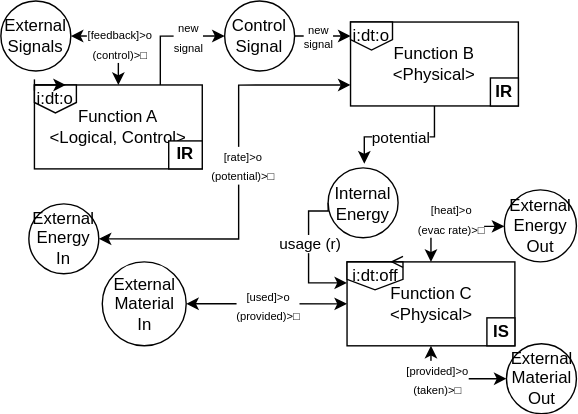
nasa/fmdtools keeps this draw.io diagram as docs-source/figures/frdl/diagrams/frdl_fad_singleprop.svg. Above is the earlier version. Source tidied: cells renumbered, new cells last; positions are measured from the earlier drawing's top-left corner, leaving out a move shared by most shapes.
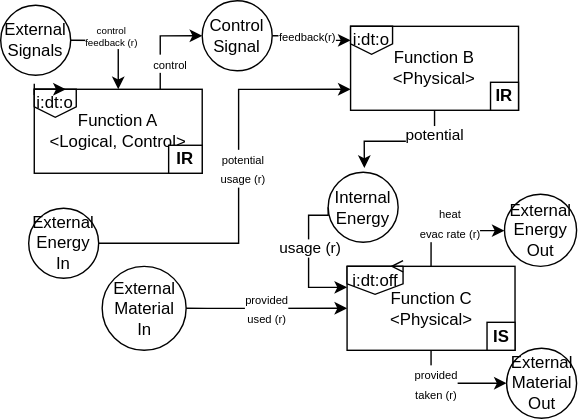
After the change.

What changed in the source:
```diff
@@ -5,9 +5,9 @@
     <mxCell id="2" style="edgeStyle=orthogonalEdgeStyle;rounded=0;jettySize=auto;html=1;exitX=0.75;exitY=0;exitDx=0;exitDy=0;entryX=0;entryY=0.5;entryDx=0;entryDy=0;" parent="1" edge="1" source="4" target="19">
       <mxGeometry relative="1" as="geometry" />
     </mxCell>
-    <mxCell id="3" value="&lt;font style=&quot;font-size: 8px;&quot;&gt;new&lt;br&gt;signal&lt;/font&gt;" style="edgeLabel;html=1;align=center;verticalAlign=middle;" parent="2" vertex="1">
+    <mxCell id="3" value="&lt;span style=&quot;font-size: 8px;&quot;&gt;control&lt;/span&gt;" style="edgeLabel;html=1;align=center;verticalAlign=middle;" parent="2" vertex="1">
       <mxGeometry x="0.06" y="-1" relative="1" as="geometry">
-        <mxPoint x="11" y="-1" as="offset" />
+        <mxPoint x="5" y="18" as="offset" />
       </mxGeometry>
     </mxCell>
     <mxCell id="4" value="Function A&lt;div&gt;&amp;lt;Logical, Control&amp;gt;&lt;/div&gt;" style="rounded=0;whiteSpace=wrap;html=1;" parent="1" vertex="1">
@@ -17,7 +17,9 @@
       <mxGeometry relative="1" as="geometry" />
     </mxCell>
     <mxCell id="6" value="&lt;font style=&quot;font-size: 11px;&quot;&gt;potential&lt;/font&gt;" style="edgeLabel;html=1;align=center;verticalAlign=middle;" parent="5" vertex="1">
-      <mxGeometry x="0.02" relative="1" as="geometry" />
+      <mxGeometry x="0.02" relative="1" as="geometry">
+        <mxPoint x="24" y="-5" as="offset" />
+      </mxGeometry>
     </mxCell>
     <mxCell id="7" value="Function B&lt;div&gt;&amp;lt;Physical&amp;gt;&lt;/div&gt;" style="rounded=0;whiteSpace=wrap;html=1;" parent="1" vertex="1">
       <mxGeometry x="250" y="15.2" width="120" height="60" as="geometry" />
@@ -28,10 +30,10 @@
     <mxCell id="9" value="External Material&lt;br&gt;Out" style="ellipse;whiteSpace=wrap;html=1;" parent="1" vertex="1">
       <mxGeometry x="361.5" y="245.2" width="50" height="50" as="geometry" />
     </mxCell>
-    <mxCell id="10" style="edgeStyle=orthogonalEdgeStyle;rounded=0;jettySize=auto;html=1;exitX=0.5;exitY=1;exitDx=0;exitDy=0;entryX=0;entryY=0.5;entryDx=0;entryDy=0;startArrow=classic;startFill=1;endArrow=classic;endFill=1;" parent="1" edge="1" source="16" target="9">
+    <mxCell id="10" style="edgeStyle=orthogonalEdgeStyle;rounded=0;jettySize=auto;html=1;exitX=0.5;exitY=1;exitDx=0;exitDy=0;entryX=0;entryY=0.5;entryDx=0;entryDy=0;startArrow=none;startFill=0;endArrow=classic;endFill=1;" parent="1" edge="1" source="16" target="9">
       <mxGeometry relative="1" as="geometry" />
     </mxCell>
-    <mxCell id="11" value="&lt;font style=&quot;font-size: 8px;&quot;&gt;[provided]&amp;gt;o&lt;br style=&quot;border-color: var(--border-color);&quot;&gt;(taken)&amp;gt;□&lt;/font&gt;" style="edgeLabel;html=1;align=center;verticalAlign=middle;" parent="10" vertex="1">
+    <mxCell id="11" value="&lt;span style=&quot;font-size: 8px;&quot;&gt;provided&lt;/span&gt;&lt;div&gt;&lt;span style=&quot;font-size: 8px;&quot;&gt;taken (r)&lt;/span&gt;&lt;/div&gt;" style="edgeLabel;html=1;align=center;verticalAlign=middle;" parent="10" vertex="1">
       <mxGeometry x="-0.11" y="2" relative="1" as="geometry">
         <mxPoint x="-8" y="2" as="offset" />
       </mxGeometry>
@@ -49,7 +51,7 @@
         <mxPoint x="1" y="1" as="offset" />
       </mxGeometry>
     </mxCell>
-    <mxCell id="14" style="edgeStyle=orthogonalEdgeStyle;rounded=0;jettySize=auto;html=1;exitX=0.5;exitY=0;exitDx=0;exitDy=0;endArrow=classic;endFill=1;startArrow=classic;startFill=1;entryX=0;entryY=0.5;entryDx=0;entryDy=0;" parent="1" edge="1" source="16" target="21">
+    <mxCell id="14" style="edgeStyle=orthogonalEdgeStyle;rounded=0;jettySize=auto;html=1;exitX=0.5;exitY=0;exitDx=0;exitDy=0;endArrow=classic;endFill=1;startArrow=none;startFill=0;entryX=0;entryY=0.5;entryDx=0;entryDy=0;" parent="1" edge="1" source="16" target="21">
       <mxGeometry relative="1" as="geometry">
         <Array as="points">
           <mxPoint x="308" y="161.2" />
@@ -57,7 +59,7 @@
         </Array>
       </mxGeometry>
     </mxCell>
-    <mxCell id="15" value="&lt;font style=&quot;font-size: 8px;&quot;&gt;[heat]&amp;gt;o&lt;br style=&quot;border-color: var(--border-color);&quot;&gt;(evac rate)&amp;gt;□&lt;/font&gt;" style="edgeLabel;html=1;align=center;verticalAlign=middle;" parent="14" vertex="1">
+    <mxCell id="15" value="&lt;span style=&quot;font-size: 8px;&quot;&gt;heat&lt;/span&gt;&lt;div&gt;&lt;span style=&quot;font-size: 8px;&quot;&gt;evac rate (r)&lt;/span&gt;&lt;/div&gt;" style="edgeLabel;html=1;align=center;verticalAlign=middle;" parent="14" vertex="1">
       <mxGeometry x="-0.25" y="2" relative="1" as="geometry">
         <mxPoint x="9" y="-4" as="offset" />
       </mxGeometry>
@@ -68,13 +70,13 @@
     <mxCell id="17" style="edgeStyle=orthogonalEdgeStyle;rounded=0;jettySize=auto;html=1;exitX=1;exitY=0.5;exitDx=0;exitDy=0;entryX=0;entryY=0.5;entryDx=0;entryDy=0;" parent="1" edge="1" source="19" target="27">
       <mxGeometry relative="1" as="geometry" />
     </mxCell>
-    <mxCell id="18" value="new&lt;br style=&quot;font-size: 8px;&quot;&gt;signal" style="edgeLabel;html=1;align=center;verticalAlign=middle;fontSize=8;" parent="17" vertex="1">
+    <mxCell id="18" value="feedback(r)" style="edgeLabel;html=1;align=center;verticalAlign=middle;fontSize=8;" parent="17" vertex="1">
       <mxGeometry x="-0.03" relative="1" as="geometry">
         <mxPoint x="-4" as="offset" />
       </mxGeometry>
     </mxCell>
     <mxCell id="19" value="Control&lt;br&gt;Signal" style="ellipse;whiteSpace=wrap;html=1;" parent="1" vertex="1">
-      <mxGeometry x="160" y="0.2" width="50" height="50" as="geometry" />
+      <mxGeometry x="144" y="-3" width="50" height="50" as="geometry" />
     </mxCell>
     <mxCell id="20" value="Internal Energy" style="ellipse;whiteSpace=wrap;html=1;" parent="1" vertex="1">
       <mxGeometry x="234" y="119.5" width="50" height="50" as="geometry" />
@@ -124,22 +126,22 @@
     <mxCell id="32" value="&lt;b&gt;IS&lt;/b&gt;" style="rounded=0;whiteSpace=wrap;html=1;" parent="1" vertex="1">
       <mxGeometry x="347.5" y="226.8" width="20" height="20" as="geometry" />
     </mxCell>
-    <mxCell id="33" style="edgeStyle=orthogonalEdgeStyle;rounded=0;jettySize=auto;html=1;exitX=0.5;exitY=0;exitDx=0;exitDy=0;startArrow=classic;startFill=1;endArrow=classic;endFill=1;entryX=1;entryY=0.5;entryDx=0;entryDy=0;" parent="1" edge="1" source="4" target="35">
+    <mxCell id="33" style="edgeStyle=orthogonalEdgeStyle;rounded=0;jettySize=auto;html=1;exitX=0.5;exitY=0;exitDx=0;exitDy=0;startArrow=classic;startFill=1;endArrow=none;endFill=0;entryX=1;entryY=0.5;entryDx=0;entryDy=0;" parent="1" edge="1" source="4" target="35">
       <mxGeometry relative="1" as="geometry">
         <Array as="points">
           <mxPoint x="84" y="25.2" />
         </Array>
       </mxGeometry>
     </mxCell>
-    <mxCell id="34" value="&lt;font style=&quot;font-size: 8px;&quot;&gt;[feedback]&amp;gt;o&lt;br style=&quot;border-color: var(--border-color);&quot;&gt;(control)&amp;gt;□&lt;/font&gt;" style="edgeLabel;html=1;align=center;verticalAlign=middle;" parent="33" vertex="1">
+    <mxCell id="34" value="&lt;font style=&quot;font-size: 7px;&quot;&gt;control&lt;/font&gt;&lt;div style=&quot;font-size: 7px;&quot;&gt;&lt;font style=&quot;font-size: 7px;&quot;&gt;feedback (r)&lt;/font&gt;&lt;/div&gt;" style="edgeLabel;html=1;align=center;verticalAlign=middle;" parent="33" vertex="1">
       <mxGeometry x="-0.06" y="2" relative="1" as="geometry">
-        <mxPoint x="2" y="2" as="offset" />
+        <mxPoint x="-4" y="-8" as="offset" />
       </mxGeometry>
     </mxCell>
     <mxCell id="35" value="External Signals" style="ellipse;whiteSpace=wrap;html=1;" parent="1" vertex="1">
       <mxGeometry y="0.2" width="50" height="50" as="geometry" />
     </mxCell>
-    <mxCell id="36" style="edgeStyle=orthogonalEdgeStyle;rounded=0;jettySize=auto;html=1;exitX=0;exitY=0.75;exitDx=0;exitDy=0;entryX=1;entryY=0.5;entryDx=0;entryDy=0;startArrow=classic;startFill=1;endArrow=classic;endFill=1;" parent="1" edge="1" source="7" target="8">
+    <mxCell id="36" style="edgeStyle=orthogonalEdgeStyle;rounded=0;jettySize=auto;html=1;exitX=0;exitY=0.75;exitDx=0;exitDy=0;entryX=1;entryY=0.5;entryDx=0;entryDy=0;startArrow=classic;startFill=1;endArrow=none;endFill=0;" parent="1" edge="1" source="7" target="8">
       <mxGeometry relative="1" as="geometry">
         <Array as="points">
           <mxPoint x="170" y="60.2" />
@@ -147,10 +149,10 @@
         </Array>
       </mxGeometry>
     </mxCell>
-    <mxCell id="37" value="&lt;font style=&quot;font-size: 8px;&quot;&gt;[rate]&amp;gt;o&lt;br style=&quot;border-color: var(--border-color);&quot;&gt;(potential)&amp;gt;□&lt;/font&gt;" style="edgeLabel;html=1;align=center;verticalAlign=middle;" parent="36" vertex="1">
+    <mxCell id="37" value="&lt;span style=&quot;font-size: 8px;&quot;&gt;potential&lt;/span&gt;&lt;div&gt;&lt;span style=&quot;font-size: 8px;&quot;&gt;usage (r)&lt;/span&gt;&lt;/div&gt;" style="edgeLabel;html=1;align=center;verticalAlign=middle;" parent="36" vertex="1">
       <mxGeometry x="-0.06" y="2" relative="1" as="geometry" />
     </mxCell>
-    <mxCell id="38" style="edgeStyle=orthogonalEdgeStyle;rounded=0;jettySize=auto;html=1;entryX=1;entryY=0.5;entryDx=0;entryDy=0;exitX=0;exitY=0.5;exitDx=0;exitDy=0;endArrow=classic;endFill=1;startArrow=classic;startFill=1;" parent="1" edge="1" source="16" target="22">
+    <mxCell id="38" style="edgeStyle=orthogonalEdgeStyle;rounded=0;jettySize=auto;html=1;entryX=1;entryY=0.5;entryDx=0;entryDy=0;exitX=0;exitY=0.5;exitDx=0;exitDy=0;endArrow=none;endFill=0;startArrow=classic;startFill=1;" parent="1" edge="1" source="16" target="22">
       <mxGeometry relative="1" as="geometry">
         <Array as="points">
           <mxPoint x="147.5" y="216.8" />
@@ -158,7 +160,7 @@
         </Array>
       </mxGeometry>
     </mxCell>
-    <mxCell id="39" value="&lt;font style=&quot;font-size: 8px;&quot;&gt;[used]&amp;gt;o&lt;br style=&quot;border-color: var(--border-color);&quot;&gt;(provided)&amp;gt;□&lt;/font&gt;" style="edgeLabel;html=1;align=center;verticalAlign=middle;" parent="38" vertex="1">
+    <mxCell id="39" value="&lt;span style=&quot;font-size: 8px;&quot;&gt;provided&lt;/span&gt;&lt;div&gt;&lt;span style=&quot;font-size: 8px;&quot;&gt;used (r)&lt;/span&gt;&lt;/div&gt;" style="edgeLabel;html=1;align=center;verticalAlign=middle;" parent="38" vertex="1">
       <mxGeometry x="-0.09" y="2" relative="1" as="geometry">
         <mxPoint x="-6" y="-2" as="offset" />
       </mxGeometry>
```
